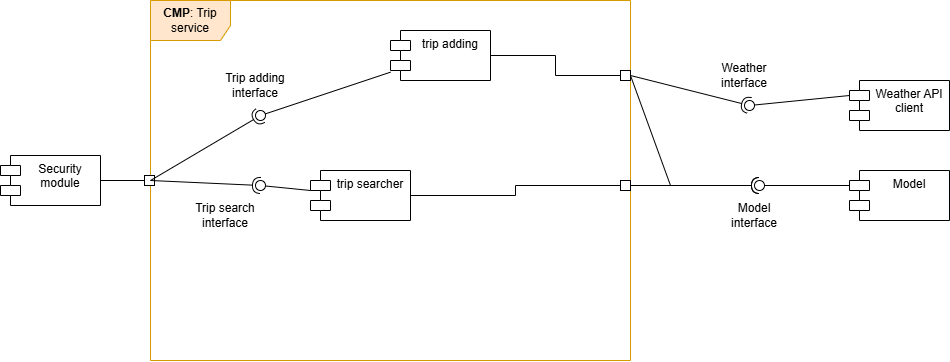
Earlier version of the draw.io export DD/LaTeXCode/images/componentDiagrams/Component_diagram-Trip_detailed_view.drawio.png (jacopobellosi/Bellosi-Montanelli-Tempobono). Source tidied: cells renumbered, new cells last; positions are measured from the earlier drawing's top-left corner, leaving out a move shared by most shapes.
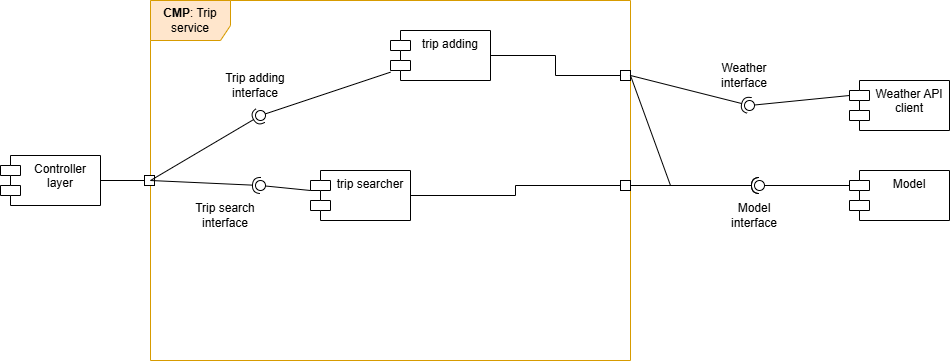
The same file after the commit.

Change to the diagram source:
```diff
@@ -14,7 +14,7 @@
     <mxCell id="5" value="trip searcher" style="shape=module;align=left;spacingLeft=20;align=center;verticalAlign=top;whiteSpace=wrap;html=1;" parent="1" vertex="1">
       <mxGeometry x="310" y="170" width="100" height="50" as="geometry" />
     </mxCell>
-    <mxCell id="6" value="Security&lt;br&gt;module" style="shape=module;align=left;spacingLeft=20;align=center;verticalAlign=top;whiteSpace=wrap;html=1;" parent="1" vertex="1">
+    <mxCell id="6" value="Controller&lt;br&gt;layer" style="shape=module;align=left;spacingLeft=20;align=center;verticalAlign=top;whiteSpace=wrap;html=1;" parent="1" vertex="1">
       <mxGeometry y="155" width="100" height="50" as="geometry" />
     </mxCell>
     <mxCell id="7" style="ellipse;whiteSpace=wrap;html=1;align=center;fillColor=none;strokeColor=none;perimeter=centerPerimeter;" parent="1" vertex="1">
```
